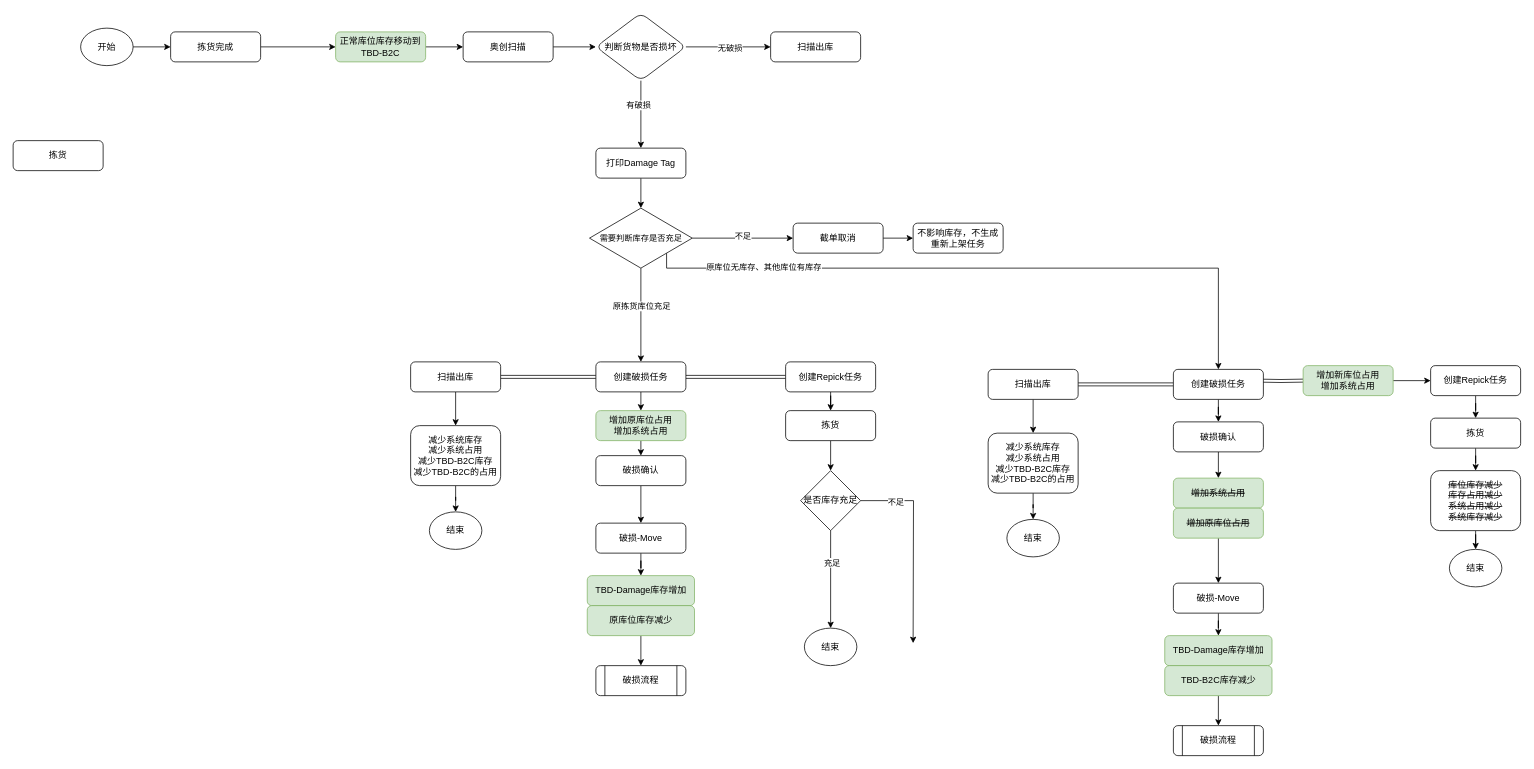
This is page "奥创破损方案2" (12 of 12) of 转运流程.drawio from OJBK123/Draws, a draw.io file, before an edit. Source tidied: cells renumbered, new cells numbered last; positions are measured from the earlier drawing's top-left corner, leaving out a move shared by most shapes. Both pictures are drawn from the tidied source at 75%, with x=0, y=0 at pixel (13, 13).
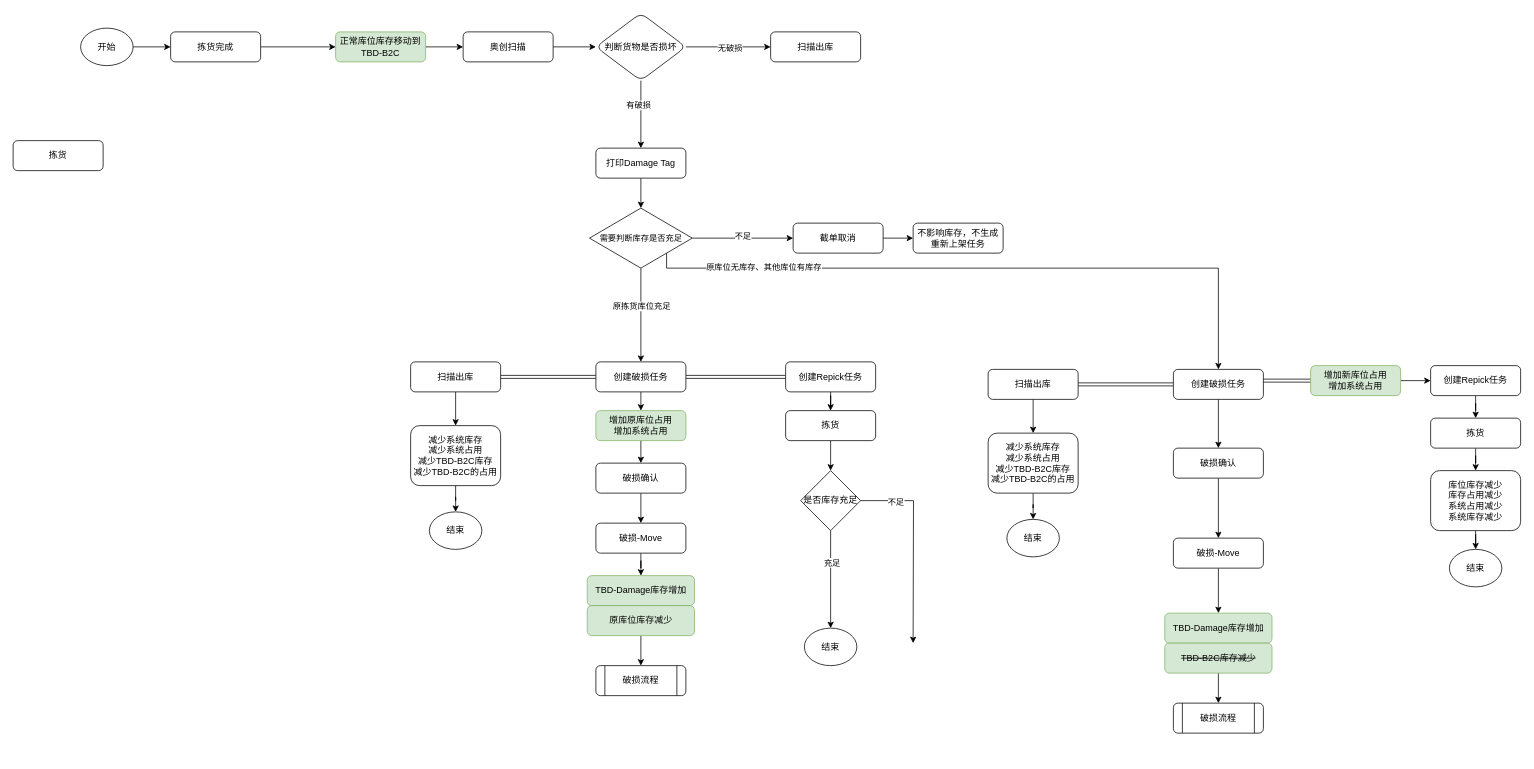
After the change.

Unchanged cells that the change refers to:
```xml
<mxCell id="58" value="创建破损任务" style="rounded=1;whiteSpace=wrap;html=1;fontSize=12;glass=0;strokeWidth=1;shadow=0;" parent="1" vertex="1">
  <mxGeometry x="1547" y="475" width="120" height="40" as="geometry" />
</mxCell>
<mxCell id="69" value="创建Repick任务" style="rounded=1;whiteSpace=wrap;html=1;fontSize=12;glass=0;strokeWidth=1;shadow=0;" parent="1" vertex="1">
  <mxGeometry x="1890" y="470" width="120" height="40" as="geometry" />
</mxCell>
```

Diff of the diagram source:
```diff
@@
     <mxCell id="30" value="破损确认" style="rounded=1;whiteSpace=wrap;html=1;fontSize=12;glass=0;strokeWidth=1;shadow=0;" parent="1" vertex="1">
-      <mxGeometry x="777" y="590" width="120" height="40" as="geometry" />
+      <mxGeometry x="777" y="600" width="120" height="40" as="geometry" />
     </mxCell>
@@
-    <mxCell id="55" style="edgeStyle=orthogonalEdgeStyle;rounded=0;jettySize=auto;html=1;shape=link;" parent="1" edge="1" target="77">
+    <mxCell id="55" style="edgeStyle=orthogonalEdgeStyle;rounded=0;orthogonalLoop=1;jettySize=auto;html=1;shape=link;" parent="1" edge="1">
       <mxGeometry relative="1" as="geometry">
         <mxPoint x="1660" y="490" as="sourcePoint" />
+        <mxPoint x="1740" y="490" as="targetPoint" />
       </mxGeometry>
     </mxCell>
-    <mxCell id="56" style="edgeStyle=orthogonalEdgeStyle;rounded=0;jettySize=auto;html=1;exitX=0.5;exitY=1;exitDx=0;exitDy=0;" parent="1" edge="1" source="58" target="66">
+    <mxCell id="56" style="edgeStyle=orthogonalEdgeStyle;rounded=0;jettySize=auto;html=1;exitX=0.5;exitY=1;exitDx=0;exitDy=0;entryX=0.5;entryY=0;entryDx=0;entryDy=0;" parent="1" edge="1" source="58" target="66">
       <mxGeometry relative="1" as="geometry" />
     </mxCell>
@@
     <mxCell id="60" value="破损-Move" style="rounded=1;whiteSpace=wrap;html=1;fontSize=12;glass=0;strokeWidth=1;shadow=0;" parent="1" vertex="1">
-      <mxGeometry x="1547" y="760" width="120" height="40" as="geometry" />
+      <mxGeometry x="1547" y="700" width="120" height="40" as="geometry" />
     </mxCell>
     <mxCell id="61" value="TBD-Damage库存增加" style="rounded=1;whiteSpace=wrap;html=1;fontSize=12;glass=0;strokeWidth=1;shadow=0;fillColor=#d5e8d4;strokeColor=#82b366;" parent="1" vertex="1">
-      <mxGeometry x="1535.5" y="830" width="143" height="40" as="geometry" />
+      <mxGeometry x="1535.5" y="800" width="143" height="40" as="geometry" />
     </mxCell>
@@
-    <mxCell id="63" value="TBD-B2C库存减少" style="rounded=1;whiteSpace=wrap;html=1;fontSize=12;glass=0;strokeWidth=1;shadow=0;fillColor=#d5e8d4;strokeColor=#82b366;" parent="1" vertex="1">
-      <mxGeometry x="1535.5" y="870" width="143" height="40" as="geometry" />
+    <mxCell id="63" value="&lt;strike&gt;TBD-B2C库存减少&lt;/strike&gt;" style="rounded=1;whiteSpace=wrap;html=1;fontSize=12;glass=0;strokeWidth=1;shadow=0;fillColor=#d5e8d4;strokeColor=#82b366;" parent="1" vertex="1">
+      <mxGeometry x="1535.5" y="840" width="143" height="40" as="geometry" />
     </mxCell>
     <mxCell id="64" value="破损流程" style="rounded=1;whiteSpace=wrap;html=1;fontSize=12;glass=0;strokeWidth=1;shadow=0;shape=process;backgroundOutline=1;" parent="1" vertex="1">
-      <mxGeometry x="1547" y="950" width="120" height="40" as="geometry" />
+      <mxGeometry x="1547" y="920" width="120" height="40" as="geometry" />
     </mxCell>
-    <mxCell id="65" style="edgeStyle=orthogonalEdgeStyle;rounded=0;jettySize=auto;html=1;exitX=0.5;exitY=1;exitDx=0;exitDy=0;entryX=0.5;entryY=0;entryDx=0;entryDy=0;" parent="1" edge="1" source="66" target="74">
+    <mxCell id="65" style="edgeStyle=orthogonalEdgeStyle;rounded=0;jettySize=auto;html=1;exitX=0.5;exitY=1;exitDx=0;exitDy=0;entryX=0.5;entryY=0;entryDx=0;entryDy=0;" parent="1" edge="1" source="66" target="60">
       <mxGeometry relative="1" as="geometry" />
     </mxCell>
     <mxCell id="66" value="破损确认" style="rounded=1;whiteSpace=wrap;html=1;fontSize=12;glass=0;strokeWidth=1;shadow=0;" parent="1" vertex="1">
-      <mxGeometry x="1547" y="545" width="120" height="40" as="geometry" />
+      <mxGeometry x="1547" y="580" width="120" height="40" as="geometry" />
     </mxCell>
-    <mxCell id="67" style="edgeStyle=orthogonalEdgeStyle;rounded=0;jettySize=auto;html=1;entryX=0.5;entryY=0;entryDx=0;entryDy=0;exitX=0.5;exitY=1;exitDx=0;exitDy=0;" parent="1" edge="1" source="75" target="60">
-      <mxGeometry relative="1" as="geometry" />
-    </mxCell>
@@
-    <mxCell id="73" value="&lt;strike&gt;库位库存减少&lt;/strike&gt;&lt;div&gt;&lt;strike&gt;库存占用减少&lt;/strike&gt;&lt;/div&gt;&lt;div&gt;&lt;strike&gt;系统占用减少&lt;/strike&gt;&lt;/div&gt;&lt;div&gt;&lt;strike&gt;系统库存减少&lt;/strike&gt;&lt;/div&gt;" style="rounded=1;whiteSpace=wrap;html=1;fontSize=12;glass=0;strokeWidth=1;shadow=0;" parent="1" vertex="1">
+    <mxCell id="73" value="库位库存减少&lt;div&gt;库存占用减少&lt;/div&gt;&lt;div&gt;系统占用减少&lt;/div&gt;&lt;div&gt;系统库存减少&lt;/div&gt;" style="rounded=1;whiteSpace=wrap;html=1;fontSize=12;glass=0;strokeWidth=1;shadow=0;" parent="1" vertex="1">
       <mxGeometry x="1890" y="610" width="120" height="80" as="geometry" />
     </mxCell>
-    <mxCell id="74" value="&lt;strike&gt;增加系统占用&lt;/strike&gt;" style="rounded=1;whiteSpace=wrap;html=1;fontSize=12;glass=0;strokeWidth=1;shadow=0;fillColor=#d5e8d4;strokeColor=#82b366;" parent="1" vertex="1">
-      <mxGeometry x="1547" y="620" width="120" height="40" as="geometry" />
-    </mxCell>
-    <mxCell id="75" value="&lt;strike&gt;增加原库位占用&lt;/strike&gt;" style="rounded=1;whiteSpace=wrap;html=1;fontSize=12;glass=0;strokeWidth=1;shadow=0;fillColor=#d5e8d4;strokeColor=#82b366;" parent="1" vertex="1">
-      <mxGeometry x="1547" y="660" width="120" height="40" as="geometry" />
-    </mxCell>
-    <mxCell id="76" style="edgeStyle=orthogonalEdgeStyle;rounded=0;jettySize=auto;html=1;exitX=1;exitY=0.5;exitDx=0;exitDy=0;entryX=0;entryY=0.5;entryDx=0;entryDy=0;" parent="1" edge="1" source="77" target="69">
-      <mxGeometry relative="1" as="geometry" />
-    </mxCell>
-    <mxCell id="77" value="增加新库位占用&lt;div&gt;增加系统占用&lt;/div&gt;" style="rounded=1;whiteSpace=wrap;html=1;fontSize=12;glass=0;strokeWidth=1;shadow=0;fillColor=#d5e8d4;strokeColor=#82b366;" parent="1" vertex="1">
-      <mxGeometry x="1720" y="470" width="120" height="40" as="geometry" />
-    </mxCell>
@@
+    <mxCell id="76" style="edgeStyle=orthogonalEdgeStyle;rounded=0;jettySize=auto;html=1;exitX=1;exitY=0.5;exitDx=0;exitDy=0;entryX=0;entryY=0.5;entryDx=0;entryDy=0;" parent="1" edge="1" source="77" target="69">
+      <mxGeometry relative="1" as="geometry" />
+    </mxCell>
+    <mxCell id="77" value="增加新库位占用&lt;div&gt;增加系统占用&lt;/div&gt;" style="rounded=1;whiteSpace=wrap;html=1;fontSize=12;glass=0;strokeWidth=1;shadow=0;fillColor=#d5e8d4;strokeColor=#82b366;" parent="1" vertex="1">
+      <mxGeometry x="1730" y="470" width="120" height="40" as="geometry" />
+    </mxCell>
```
